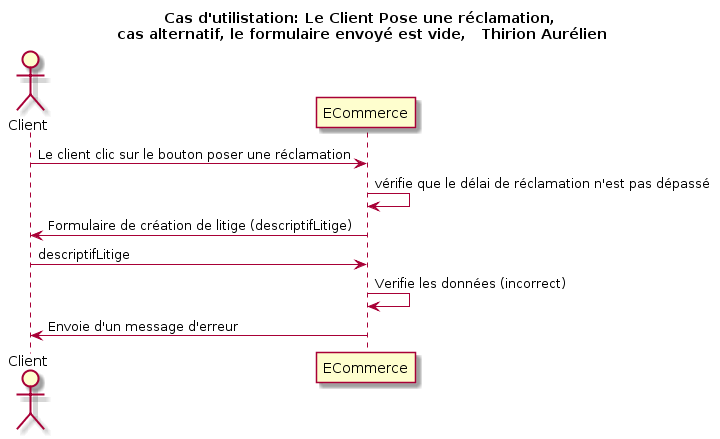
Earlier version of the PlantUML export DiagSequence/Client/Poser une reclamation/casFormulaireVide.png (Moinketroa/Ebayz).
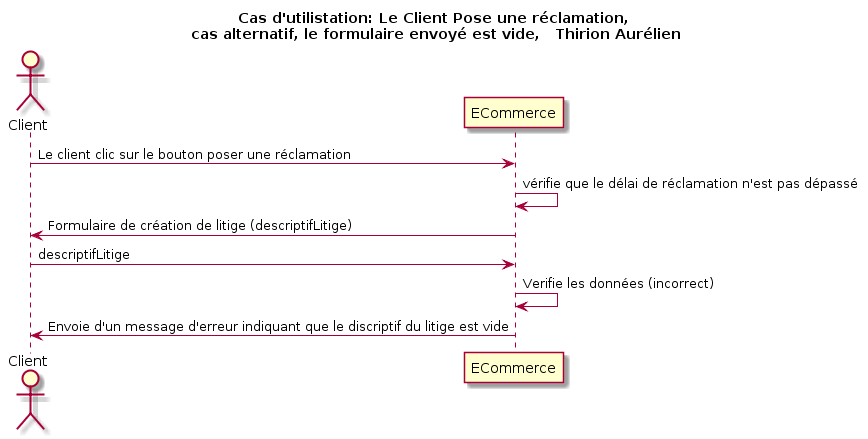
Above is the later version.

Commit message:
modif diag sequence client

What changed in the source:
```diff
@@ -9,5 +9,5 @@
 v <- e: Formulaire de création de litige (descriptifLitige)
 v -> e: descriptifLitige
 e -> e: Verifie les données (incorrect)
-v <- e: Envoie d'un message d'erreur
+v <- e: Envoie d'un message d'erreur indiquant que le discriptif du litige est vide
 @enduml
```
